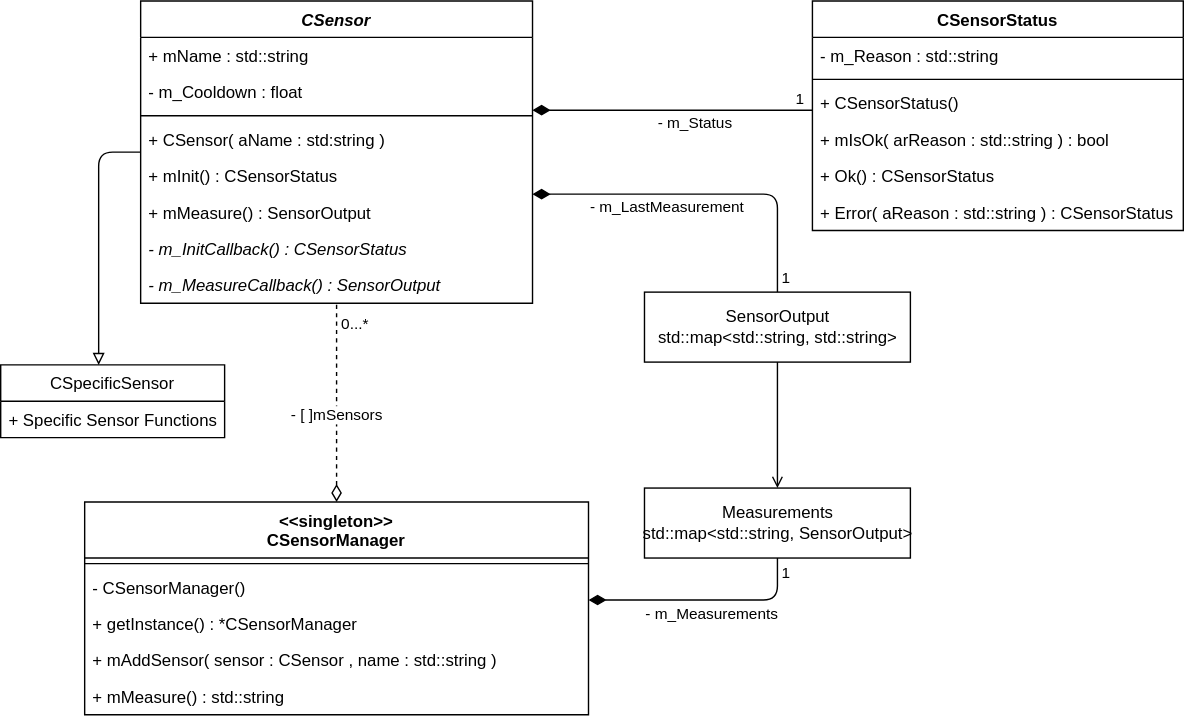
Before: uml/sensor-abstraction.drawio.svg, a diagram exported from draw.io (SenseBoxTI/FirmwareDesign). Source tidied: cells renumbered, new cells last; positions are measured from the earlier drawing's top-left corner, leaving out a move shared by most shapes.
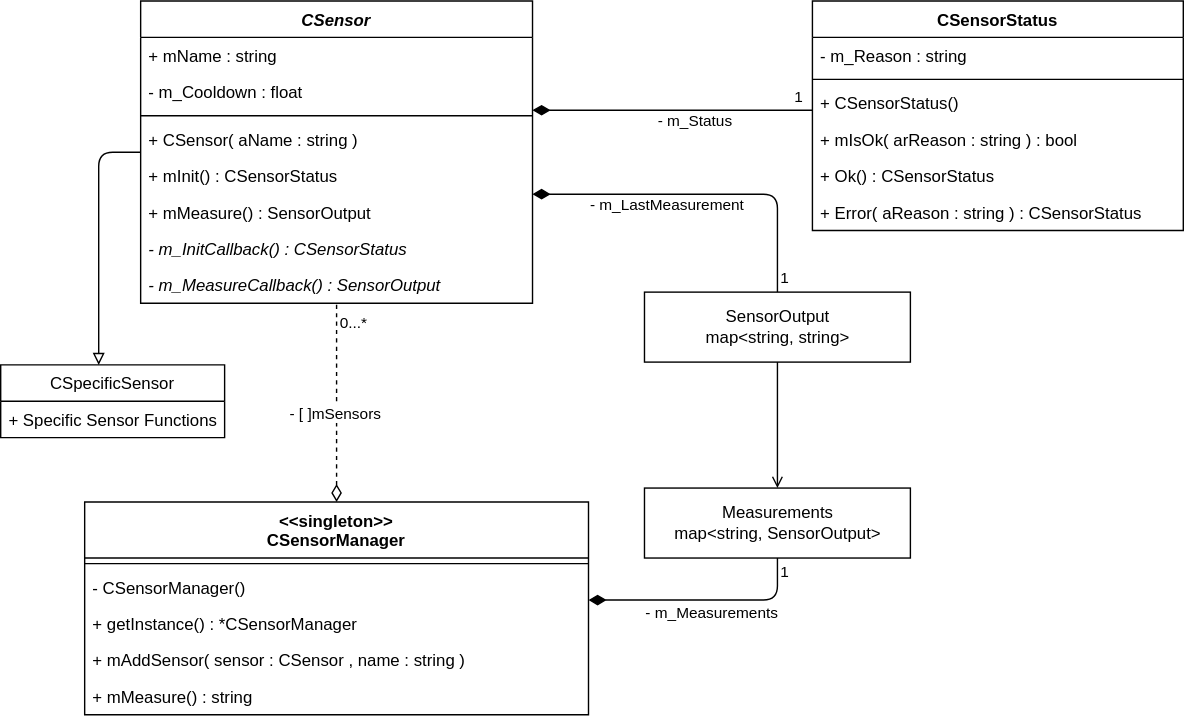
After the commit.

Change to the diagram source:
```diff
@@ -27,10 +27,10 @@
     <mxCell id="8" value="+ getInstance() : *CSensorManager" style="text;strokeColor=none;fillColor=none;align=left;verticalAlign=top;spacingLeft=4;spacingRight=4;overflow=hidden;" parent="5" vertex="1">
       <mxGeometry y="74" width="360" height="26" as="geometry" />
     </mxCell>
-    <mxCell id="9" value="+ mAddSensor( sensor : CSensor , name : std::string )" style="text;strokeColor=none;fillColor=none;align=left;verticalAlign=top;spacingLeft=4;spacingRight=4;overflow=hidden;" parent="5" vertex="1">
+    <mxCell id="9" value="+ mAddSensor( sensor : CSensor , name : string )" style="text;strokeColor=none;fillColor=none;align=left;verticalAlign=top;spacingLeft=4;spacingRight=4;overflow=hidden;" parent="5" vertex="1">
       <mxGeometry y="100" width="360" height="26" as="geometry" />
     </mxCell>
-    <mxCell id="10" value="+ mMeasure() : std::string" style="text;strokeColor=none;fillColor=none;align=left;verticalAlign=top;spacingLeft=4;spacingRight=4;overflow=hidden;" parent="5" vertex="1">
+    <mxCell id="10" value="+ mMeasure() : string" style="text;strokeColor=none;fillColor=none;align=left;verticalAlign=top;spacingLeft=4;spacingRight=4;overflow=hidden;" parent="5" vertex="1">
       <mxGeometry y="126" width="360" height="26" as="geometry" />
     </mxCell>
     <mxCell id="11" style="edgeStyle=orthogonalEdgeStyle;html=1;endArrow=block;endFill=0;endSize=6;" parent="1" edge="1" source="12" target="41">
@@ -43,7 +43,7 @@
     <mxCell id="12" value="CSensor" style="swimlane;fontStyle=3;align=center;verticalAlign=top;horizontal=1;startSize=26;" parent="1" vertex="1">
       <mxGeometry x="100" width="280" height="216" as="geometry" />
     </mxCell>
-    <mxCell id="13" value="+ mName : std::string" style="text;strokeColor=none;fillColor=none;align=left;verticalAlign=top;spacingLeft=4;spacingRight=4;overflow=hidden;" parent="12" vertex="1">
+    <mxCell id="13" value="+ mName : string" style="text;strokeColor=none;fillColor=none;align=left;verticalAlign=top;spacingLeft=4;spacingRight=4;overflow=hidden;" parent="12" vertex="1">
       <mxGeometry y="26" width="280" height="26" as="geometry" />
     </mxCell>
     <mxCell id="14" value="- m_Cooldown : float" style="text;strokeColor=none;fillColor=none;align=left;verticalAlign=top;spacingLeft=4;spacingRight=4;overflow=hidden;" parent="12" vertex="1">
@@ -52,7 +52,7 @@
     <mxCell id="15" style="line;strokeWidth=1;fillColor=none;align=left;verticalAlign=middle;spacingTop=-1;spacingLeft=3;spacingRight=3;labelPosition=right;" parent="12" vertex="1">
       <mxGeometry y="78" width="280" height="8" as="geometry" />
     </mxCell>
-    <mxCell id="16" value="+ CSensor( aName : std:string )" style="text;strokeColor=none;fillColor=none;align=left;verticalAlign=top;spacingLeft=4;spacingRight=4;overflow=hidden;" parent="12" vertex="1">
+    <mxCell id="16" value="+ CSensor( aName : string )" style="text;strokeColor=none;fillColor=none;align=left;verticalAlign=top;spacingLeft=4;spacingRight=4;overflow=hidden;" parent="12" vertex="1">
       <mxGeometry y="86" width="280" height="26" as="geometry" />
     </mxCell>
     <mxCell id="17" value="+ mInit() : CSensorStatus" style="text;strokeColor=none;fillColor=none;align=left;verticalAlign=top;spacingLeft=4;spacingRight=4;overflow=hidden;fontStyle=0;" parent="12" vertex="1">
@@ -87,7 +87,7 @@
         <mxPoint x="-12" y="8" as="offset" />
       </mxGeometry>
     </mxCell>
-    <mxCell id="25" value="&lt;span style=&quot;text-align: left&quot;&gt;SensorOutput&lt;br&gt;std::map&amp;lt;std::string, std::string&amp;gt;&lt;/span&gt;" style="html=1;" parent="1" vertex="1">
+    <mxCell id="25" value="&lt;span style=&quot;text-align: left&quot;&gt;SensorOutput&lt;br&gt;map&amp;lt;string, string&amp;gt;&lt;/span&gt;" style="html=1;" parent="1" vertex="1">
       <mxGeometry x="460" y="208" width="190" height="50" as="geometry" />
     </mxCell>
     <mxCell id="26" style="edgeStyle=orthogonalEdgeStyle;html=1;endArrow=diamondThin;endFill=1;startSize=6;endSize=10;" parent="1" edge="1" source="29" target="12">
@@ -111,7 +111,7 @@
     <mxCell id="29" value="CSensorStatus" style="swimlane;fontStyle=1;align=center;verticalAlign=top;horizontal=1;startSize=26;" parent="1" vertex="1">
       <mxGeometry x="580" width="265" height="164" as="geometry" />
     </mxCell>
-    <mxCell id="30" value="- m_Reason : std::string" style="text;strokeColor=none;fillColor=none;align=left;verticalAlign=top;spacingLeft=4;spacingRight=4;overflow=hidden;" parent="29" vertex="1">
+    <mxCell id="30" value="- m_Reason : string" style="text;strokeColor=none;fillColor=none;align=left;verticalAlign=top;spacingLeft=4;spacingRight=4;overflow=hidden;" parent="29" vertex="1">
       <mxGeometry y="26" width="265" height="26" as="geometry" />
     </mxCell>
     <mxCell id="31" style="line;strokeWidth=1;fillColor=none;align=left;verticalAlign=middle;spacingTop=-1;spacingLeft=3;spacingRight=3;labelPosition=right;" parent="29" vertex="1">
@@ -120,13 +120,13 @@
     <mxCell id="32" value="+ CSensorStatus()" style="text;strokeColor=none;fillColor=none;align=left;verticalAlign=top;spacingLeft=4;spacingRight=4;overflow=hidden;" parent="29" vertex="1">
       <mxGeometry y="60" width="265" height="26" as="geometry" />
     </mxCell>
-    <mxCell id="33" value="+ mIsOk( arReason : std::string ) : bool" style="text;strokeColor=none;fillColor=none;align=left;verticalAlign=top;spacingLeft=4;spacingRight=4;overflow=hidden;" parent="29" vertex="1">
+    <mxCell id="33" value="+ mIsOk( arReason : string ) : bool" style="text;strokeColor=none;fillColor=none;align=left;verticalAlign=top;spacingLeft=4;spacingRight=4;overflow=hidden;" parent="29" vertex="1">
       <mxGeometry y="86" width="265" height="26" as="geometry" />
     </mxCell>
     <mxCell id="34" value="+ Ok() : CSensorStatus" style="text;strokeColor=none;fillColor=none;align=left;verticalAlign=top;spacingLeft=4;spacingRight=4;overflow=hidden;" parent="29" vertex="1">
       <mxGeometry y="112" width="265" height="26" as="geometry" />
     </mxCell>
-    <mxCell id="35" value="+ Error( aReason : std::string ) : CSensorStatus" style="text;strokeColor=none;fillColor=none;align=left;verticalAlign=top;spacingLeft=4;spacingRight=4;overflow=hidden;" parent="29" vertex="1">
+    <mxCell id="35" value="+ Error( aReason : string ) : CSensorStatus" style="text;strokeColor=none;fillColor=none;align=left;verticalAlign=top;spacingLeft=4;spacingRight=4;overflow=hidden;" parent="29" vertex="1">
       <mxGeometry y="138" width="265" height="26" as="geometry" />
     </mxCell>
     <mxCell id="36" style="edgeStyle=orthogonalEdgeStyle;html=1;startArrow=open;startFill=0;endArrow=none;endFill=0;startSize=6;endSize=6;" parent="1" edge="1" source="40" target="25">
@@ -149,7 +149,7 @@
         <mxPoint x="6" y="1" as="offset" />
       </mxGeometry>
     </mxCell>
-    <mxCell id="40" value="&lt;span style=&quot;text-align: left&quot;&gt;Measurements&lt;br&gt;std::map&amp;lt;std::string, SensorOutput&amp;gt;&lt;/span&gt;" style="html=1;" parent="1" vertex="1">
+    <mxCell id="40" value="&lt;span style=&quot;text-align: left&quot;&gt;Measurements&lt;br&gt;map&amp;lt;string, SensorOutput&amp;gt;&lt;/span&gt;" style="html=1;" parent="1" vertex="1">
       <mxGeometry x="460" y="348" width="190" height="50" as="geometry" />
     </mxCell>
     <mxCell id="41" value="CSpecificSensor" style="swimlane;fontStyle=0;horizontal=1;startSize=26;fillColor=none;" parent="1" vertex="1">
```
